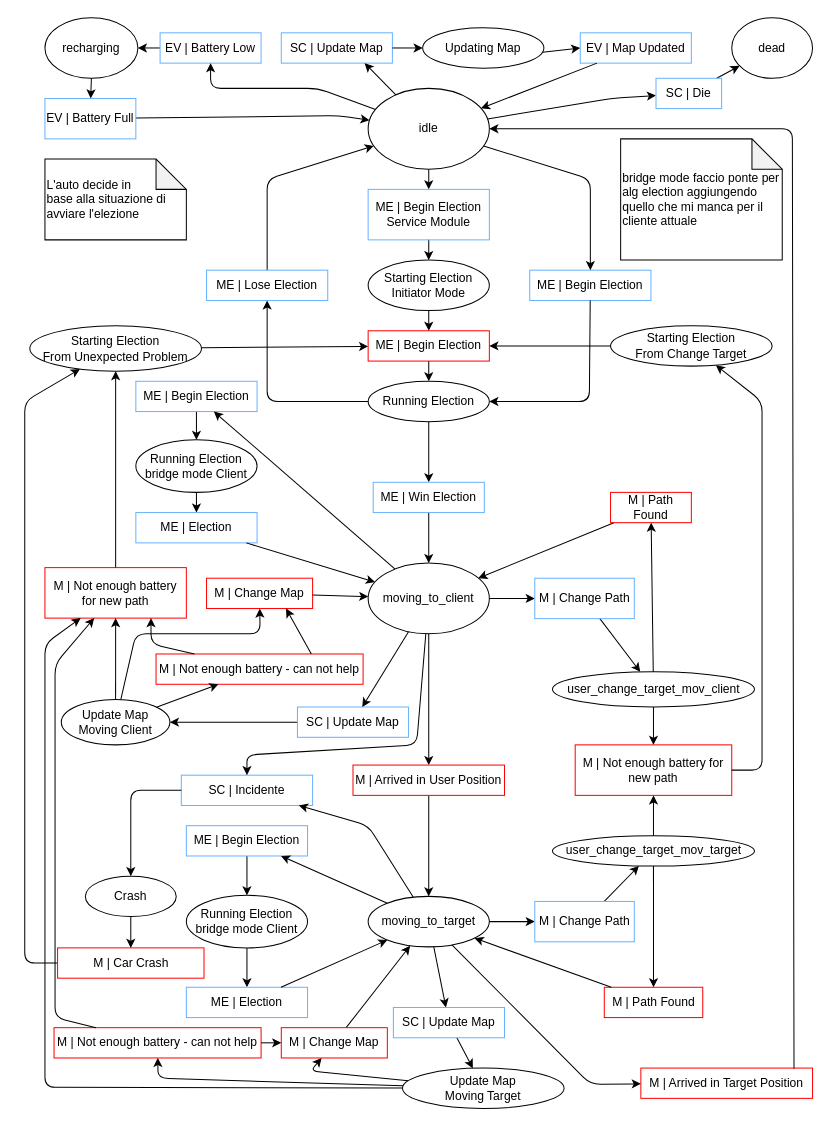
This is relazione/automa macchina.drawio from kraots94/Sistemi, a draw.io file, before an edit. Source tidied: cells renumbered, new cells numbered last; positions are measured from the earlier drawing's top-left corner, leaving out a move shared by most shapes. Both pictures are drawn from the tidied source at 101%, with x=0, y=0 at pixel (24, 17).
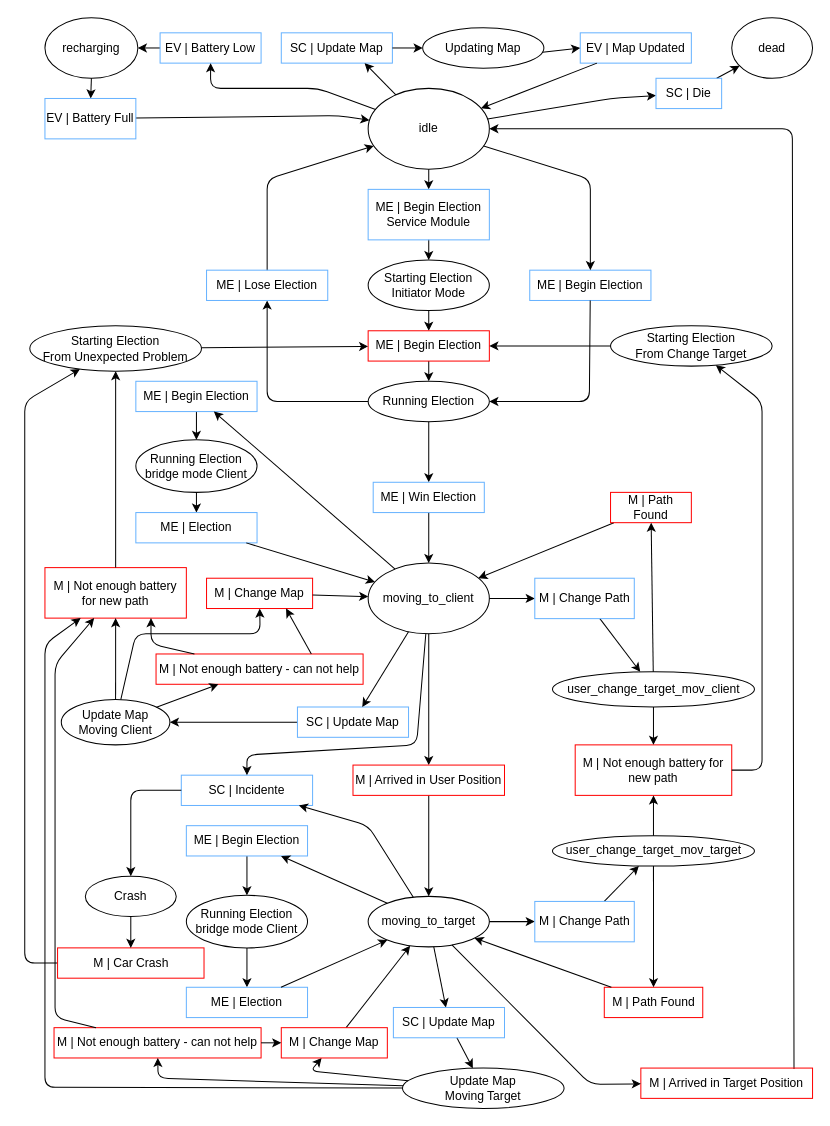
The same diagram, later.

Diff of the diagram source:
```diff
@@
-    <mxCell id="48" value="bridge mode faccio ponte per alg election aggiungendo quello che mi manca per il cliente attuale" style="shape=note;whiteSpace=wrap;html=1;backgroundOutline=1;darkOpacity=0.05;align=left;" parent="1" vertex="1">
-      <mxGeometry x="590" y="120" width="160" height="120" as="geometry" />
-    </mxCell>
@@
-    <mxCell id="103" value="&lt;div&gt;&lt;span&gt;L'auto&amp;nbsp;&lt;/span&gt;&lt;span&gt;decide in&amp;nbsp;&lt;/span&gt;&lt;/div&gt;&lt;div&gt;&lt;span&gt;base alla situazione di avviare l'elezione&lt;/span&gt;&lt;/div&gt;" style="shape=note;whiteSpace=wrap;html=1;backgroundOutline=1;darkOpacity=0.05;align=left;" parent="1" vertex="1">
-      <mxGeometry x="20" y="140" width="140" height="80" as="geometry" />
-    </mxCell>
```
